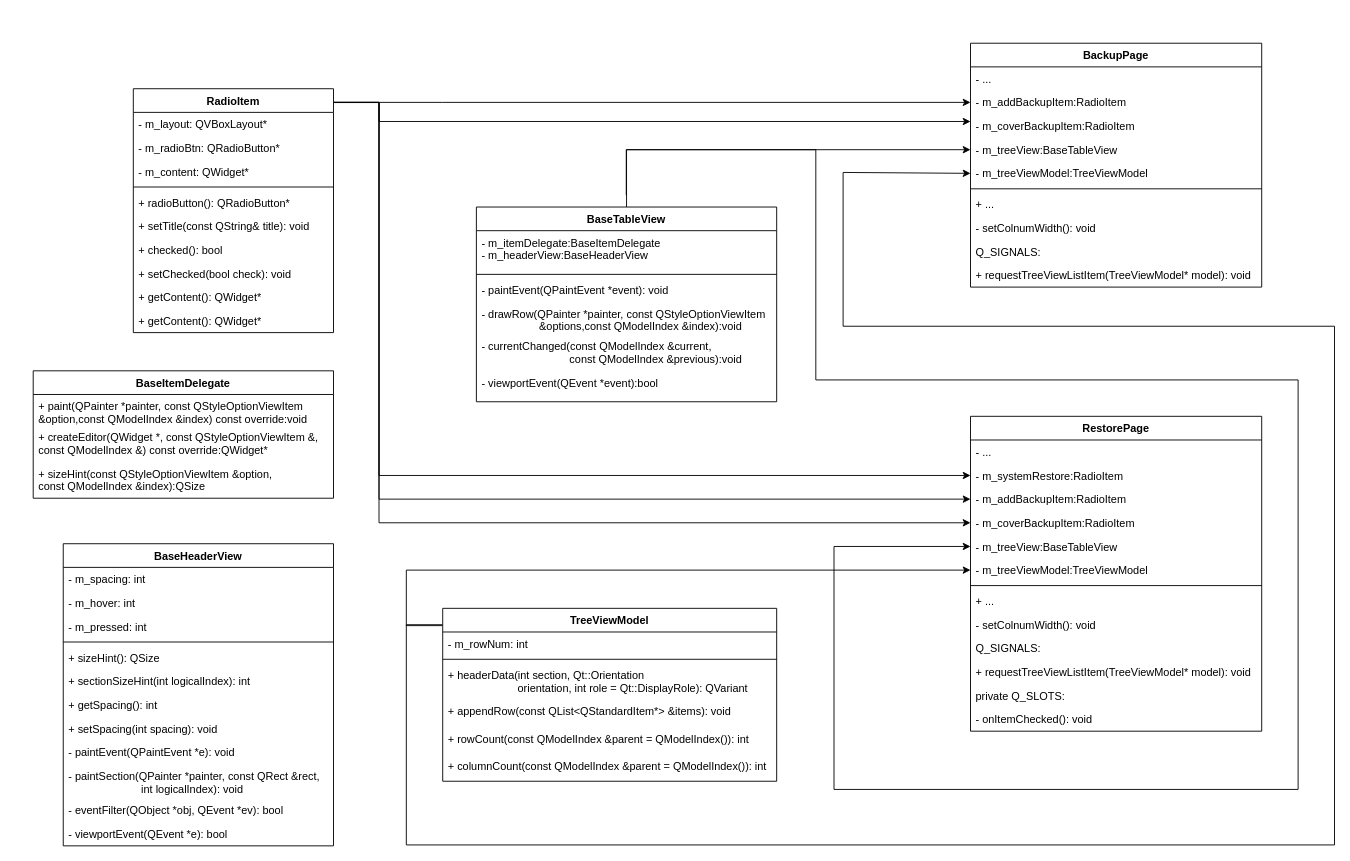
Above: backup.drawio in liaiaun/Test (draw.io), before the change. Source tidied: cells renumbered, new cells numbered last; positions are measured from the earlier drawing's top-left corner, leaving out a move shared by most shapes. Both pictures are drawn from the tidied source at 91%, with x=0, y=0 at pixel (33, 43).
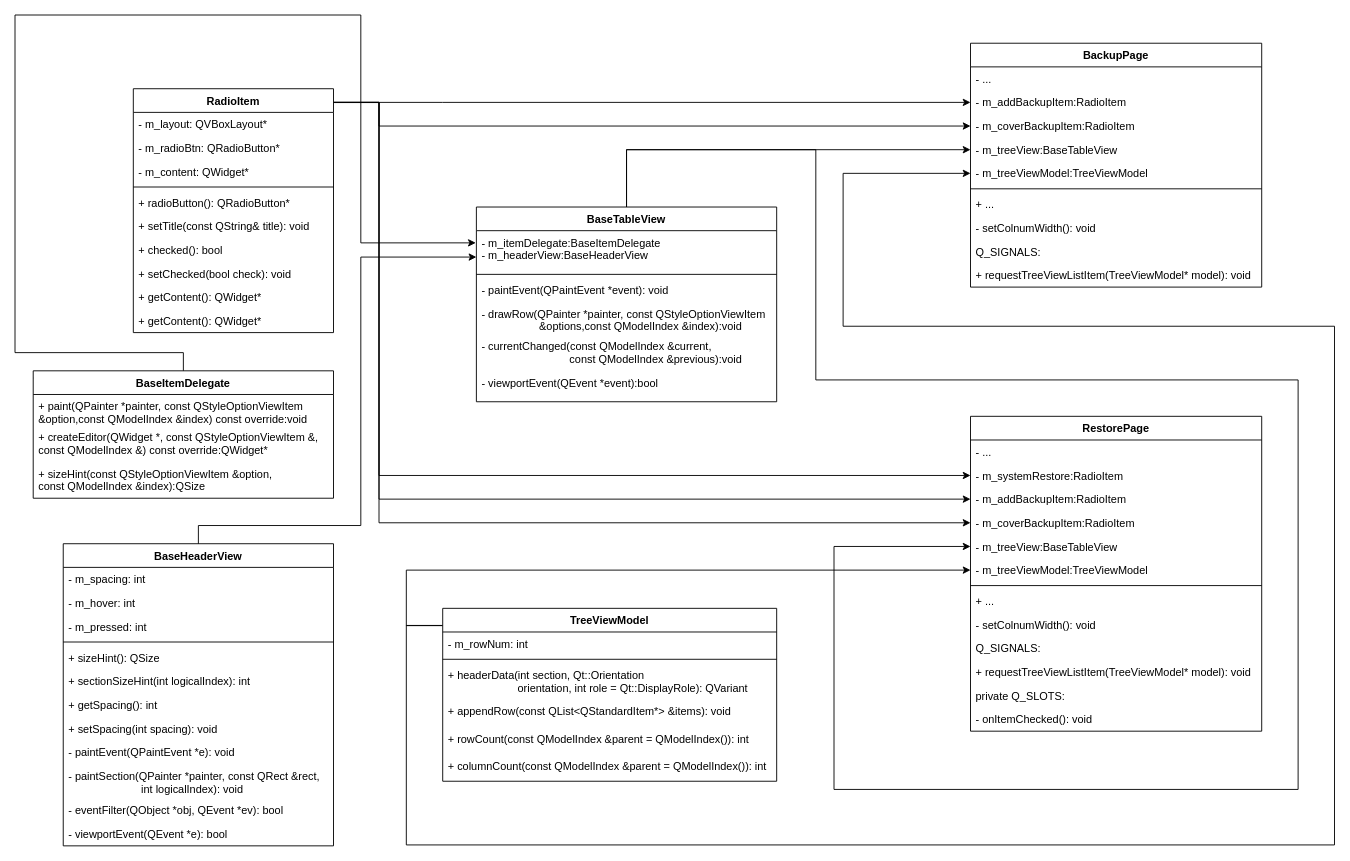
The same page after the edit.

Unchanged cells that the change refers to:
```xml
<mxCell id="4" value="BaseTableView" style="swimlane;fontStyle=1;align=center;verticalAlign=top;horizontal=1;startSize=26;" parent="1" vertex="1">
  <mxGeometry x="487" y="180" width="330" height="214" as="geometry" />
</mxCell>
<mxCell id="5" value="- m_itemDelegate:BaseItemDelegate&#10;- m_headerView:BaseHeaderView" style="text;strokeColor=none;fillColor=none;align=left;verticalAlign=top;spacingLeft=4;spacingRight=4;overflow=hidden;points=[[0,0.5],[1,0.5]];portConstraint=eastwest;" parent="4" vertex="1">
  <mxGeometry y="26" width="330" height="44" as="geometry" />
</mxCell>
<mxCell id="11" value="BaseItemDelegate" style="swimlane;fontStyle=1;align=center;verticalAlign=top;horizontal=1;startSize=26;" parent="1" vertex="1">
  <mxGeometry y="360" width="330" height="140" as="geometry" />
</mxCell>
<mxCell id="15" value="BaseHeaderView" style="swimlane;fontStyle=1;align=center;verticalAlign=top;horizontal=1;startSize=26;" parent="1" vertex="1">
  <mxGeometry x="33" y="550" width="297" height="332" as="geometry" />
</mxCell>
<mxCell id="31" value="- m_coverBackupItem:RadioItem" style="text;strokeColor=none;fillColor=none;align=left;verticalAlign=top;spacingLeft=4;spacingRight=4;overflow=hidden;points=[[0,0.5],[1,0.5]];portConstraint=eastwest;" parent="28" vertex="1">
  <mxGeometry y="78" width="320" height="26" as="geometry" />
</mxCell>
<mxCell id="33" value="- m_treeViewModel:TreeViewModel" style="text;strokeColor=none;fillColor=none;align=left;verticalAlign=top;spacingLeft=4;spacingRight=4;overflow=hidden;points=[[0,0.5],[1,0.5]];portConstraint=eastwest;" parent="28" vertex="1">
  <mxGeometry y="130" width="320" height="26" as="geometry" />
</mxCell>
<mxCell id="41" value="TreeViewModel" style="swimlane;fontStyle=1;align=center;verticalAlign=top;horizontal=1;startSize=26;" parent="1" vertex="1">
  <mxGeometry x="450" y="621" width="367" height="190" as="geometry" />
</mxCell>
<mxCell id="69" value="- m_treeView:BaseTableView" style="text;strokeColor=none;fillColor=none;align=left;verticalAlign=top;spacingLeft=4;spacingRight=4;overflow=hidden;points=[[0,0.5],[1,0.5]];portConstraint=eastwest;" parent="64" vertex="1">
  <mxGeometry y="130" width="320" height="26" as="geometry" />
</mxCell>
```

Diff of the diagram source:
```diff
@@
-    <mxCell id="3" style="edgeStyle=orthogonalEdgeStyle;rounded=0;jettySize=auto;html=1;entryX=0;entryY=0.5;entryDx=0;entryDy=0;" parent="1" edge="1" target="69">
+    <mxCell id="3" style="edgeStyle=orthogonalEdgeStyle;rounded=0;jettySize=auto;html=1;entryX=0;entryY=0.5;entryDx=0;entryDy=0;exitX=0.5;exitY=0;exitDx=0;exitDy=0;" parent="1" edge="1" source="4" target="69">
       <mxGeometry relative="1" as="geometry">
-        <mxPoint x="651.7" y="167" as="sourcePoint" />
         <Array as="points">
           <mxPoint x="652" y="117" />
           <mxPoint x="860" y="117" />
           <mxPoint x="860" y="370" />
           <mxPoint x="1390" y="370" />
           <mxPoint x="1390" y="820" />
           <mxPoint x="880" y="820" />
           <mxPoint x="880" y="553" />
         </Array>
       </mxGeometry>
     </mxCell>
@@
+    <mxCell id="78" style="edgeStyle=orthogonalEdgeStyle;rounded=0;jettySize=auto;html=1;exitX=0;exitY=0.057;exitDx=0;exitDy=0;exitPerimeter=0;entryX=-0.002;entryY=0.304;entryDx=0;entryDy=0;entryPerimeter=0;" parent="1" edge="1" source="11" target="5">
+      <mxGeometry relative="1" as="geometry">
+        <Array as="points">
+          <mxPoint x="165" y="368" />
+          <mxPoint x="165" y="340" />
+          <mxPoint x="-20" y="340" />
+          <mxPoint x="-20" y="-31" />
+          <mxPoint x="360" y="-31" />
+          <mxPoint x="360" y="219" />
+        </Array>
+      </mxGeometry>
+    </mxCell>
@@
-    <mxCell id="40" style="edgeStyle=orthogonalEdgeStyle;rounded=0;jettySize=auto;html=1;entryX=0;entryY=0.5;entryDx=0;entryDy=0;" parent="1" edge="1" source="41" target="33">
+    <mxCell id="40" style="edgeStyle=orthogonalEdgeStyle;rounded=0;jettySize=auto;html=1;exitX=0;exitY=0.099;exitDx=0;exitDy=0;exitPerimeter=0;" parent="1" edge="1" source="41">
       <mxGeometry relative="1" as="geometry">
+        <mxPoint x="1030" y="143" as="targetPoint" />
         <Array as="points">
-          <mxPoint x="410" y="639" />
+          <mxPoint x="410" y="640" />
           <mxPoint x="410" y="881" />
           <mxPoint x="1430" y="881" />
           <mxPoint x="1430" y="311" />
           <mxPoint x="890" y="311" />
-          <mxPoint x="890" y="142" />
+          <mxPoint x="890" y="143" />
         </Array>
       </mxGeometry>
     </mxCell>
@@
-    <mxCell id="49" style="edgeStyle=orthogonalEdgeStyle;rounded=0;orthogonalLoop=1;jettySize=auto;html=1;entryX=0;entryY=0.5;entryDx=0;entryDy=0;" parent="1" edge="1">
+    <mxCell id="49" style="edgeStyle=orthogonalEdgeStyle;rounded=0;jettySize=auto;html=1;entryX=0;entryY=0.5;entryDx=0;entryDy=0;" parent="1" edge="1" target="31">
       <mxGeometry relative="1" as="geometry">
         <mxPoint x="330" y="65.2" as="sourcePoint" />
-        <mxPoint x="1030" y="86" as="targetPoint" />
         <Array as="points">
           <mxPoint x="380" y="65" />
-          <mxPoint x="380" y="86" />
+          <mxPoint x="380" y="91" />
         </Array>
       </mxGeometry>
     </mxCell>
@@
+    <mxCell id="79" style="edgeStyle=orthogonalEdgeStyle;rounded=0;jettySize=auto;html=1;entryX=0;entryY=0.659;entryDx=0;entryDy=0;entryPerimeter=0;exitX=0.5;exitY=0;exitDx=0;exitDy=0;" parent="1" edge="1" source="15" target="5">
+      <mxGeometry relative="1" as="geometry">
+        <Array as="points">
+          <mxPoint x="182" y="530" />
+          <mxPoint x="360" y="530" />
+          <mxPoint x="360" y="235" />
+        </Array>
+      </mxGeometry>
+    </mxCell>
```
